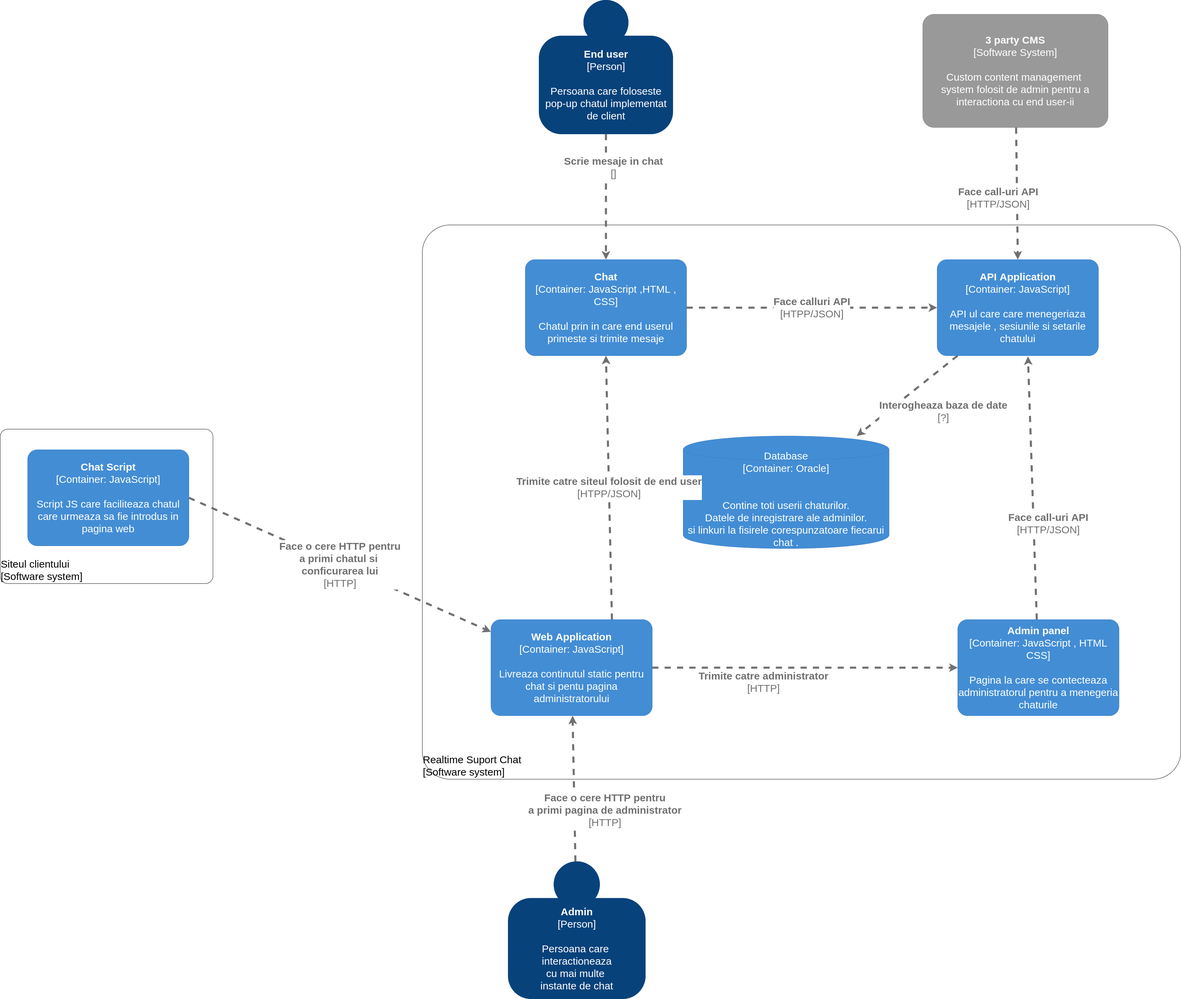
This is diagrame/ComponentDiagram.png from buj99/RealtimeSupportChat, a draw.io export, as it was before one commit. Source tidied: cells renumbered, new cells last; positions are measured from the earlier drawing's top-left corner, leaving out a move shared by most shapes.
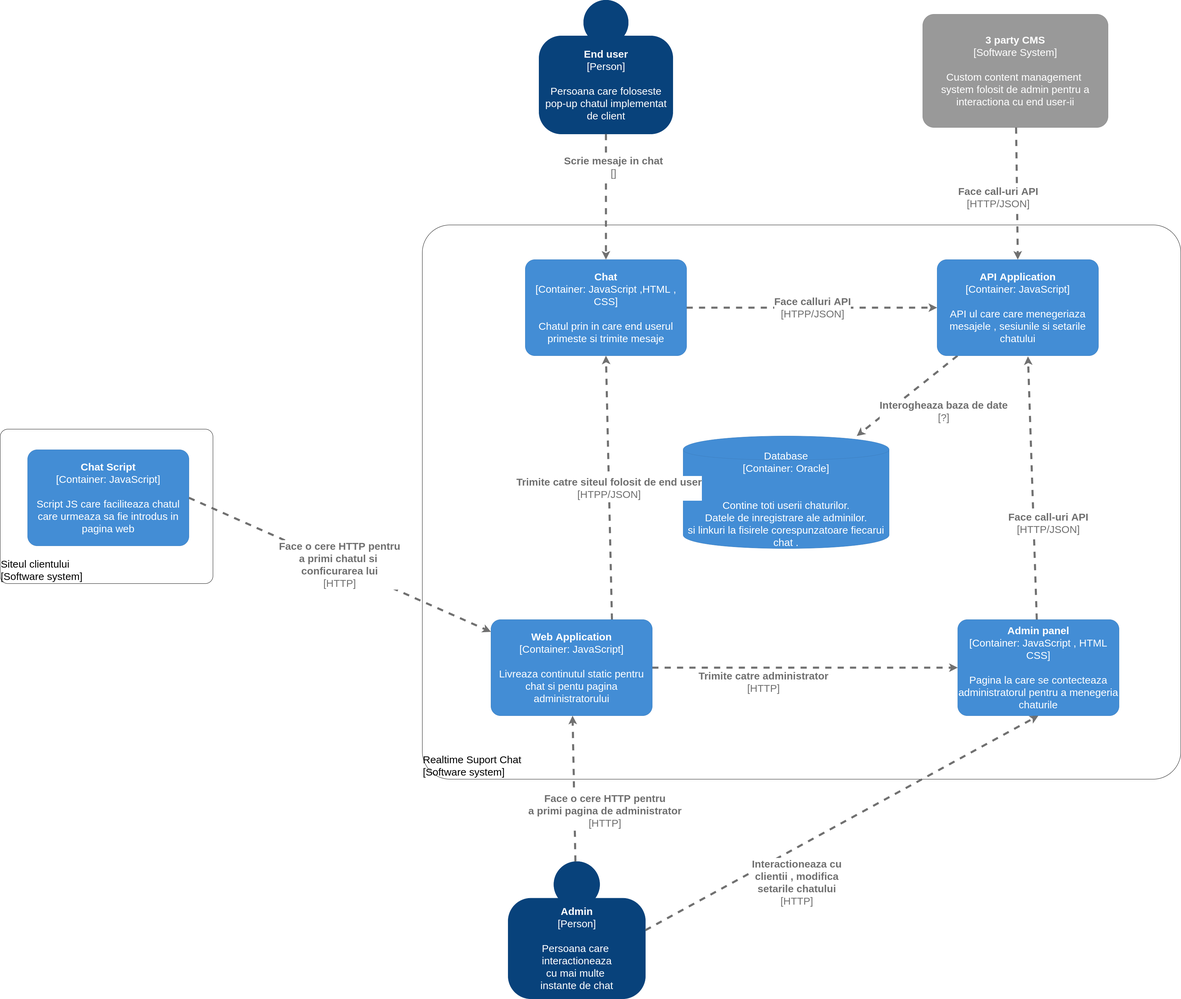
Above is the later version.

Change to the diagram source:
```diff
@@ -116,5 +116,10 @@
         <mxGeometry x="0.06" y="-55" relative="1" as="geometry" />
       </mxCell>
     </object>
+    <object id="24" label="&lt;div style=&quot;text-align: left; font-size: 30px;&quot;&gt;&lt;div style=&quot;text-align: center; font-size: 30px;&quot;&gt;&lt;b style=&quot;font-size: 30px;&quot;&gt;%c4Description%&lt;/b&gt;&lt;/div&gt;&lt;div style=&quot;text-align: center; font-size: 30px;&quot;&gt;[%c4Technology%]&lt;/div&gt;&lt;/div&gt;" c4Description="Interactioneaza cu&#10;clientii , modifica&#10;setarile chatului" c4Technology="HTTP" c4Type="Relationship" placeholders="1">
+      <mxCell style="edgeStyle=none;rounded=0;html=1;jettySize=auto;strokeColor=#707070;strokeWidth=6;fontColor=#707070;jumpStyle=none;dashed=1;metaData={&quot;c4Type&quot;:{&quot;editable&quot;:false}};fontSize=30;exitX=0;exitY=0.5;exitDx=0;exitDy=0;exitPerimeter=0;entryX=0.5;entryY=1;entryDx=0;entryDy=0;entryPerimeter=0;" parent="1" edge="1" source="4" target="19">
+        <mxGeometry x="-0.3" y="-89" relative="1" as="geometry" />
+      </mxCell>
+    </object>
   </root>
 </mxGraphModel>
```
